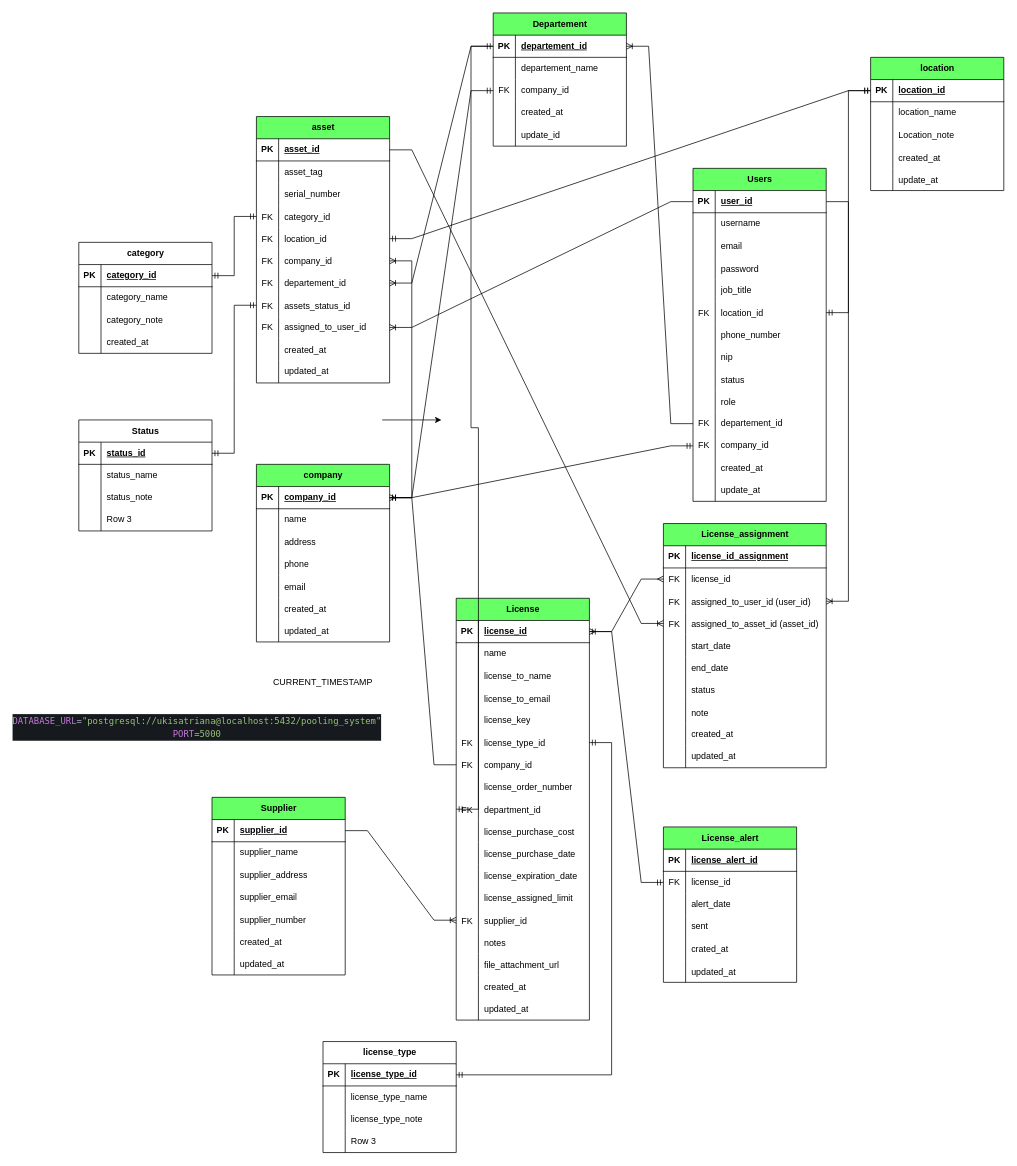
Above: pooling.drawio in ukisatriana/Flow-serv (draw.io), before the change. Source tidied: cells renumbered, new cells numbered last; positions are measured from the earlier drawing's top-left corner, leaving out a move shared by most shapes. Both pictures are drawn from the tidied source at 74%, with x=0, y=0 at pixel (78, 13).
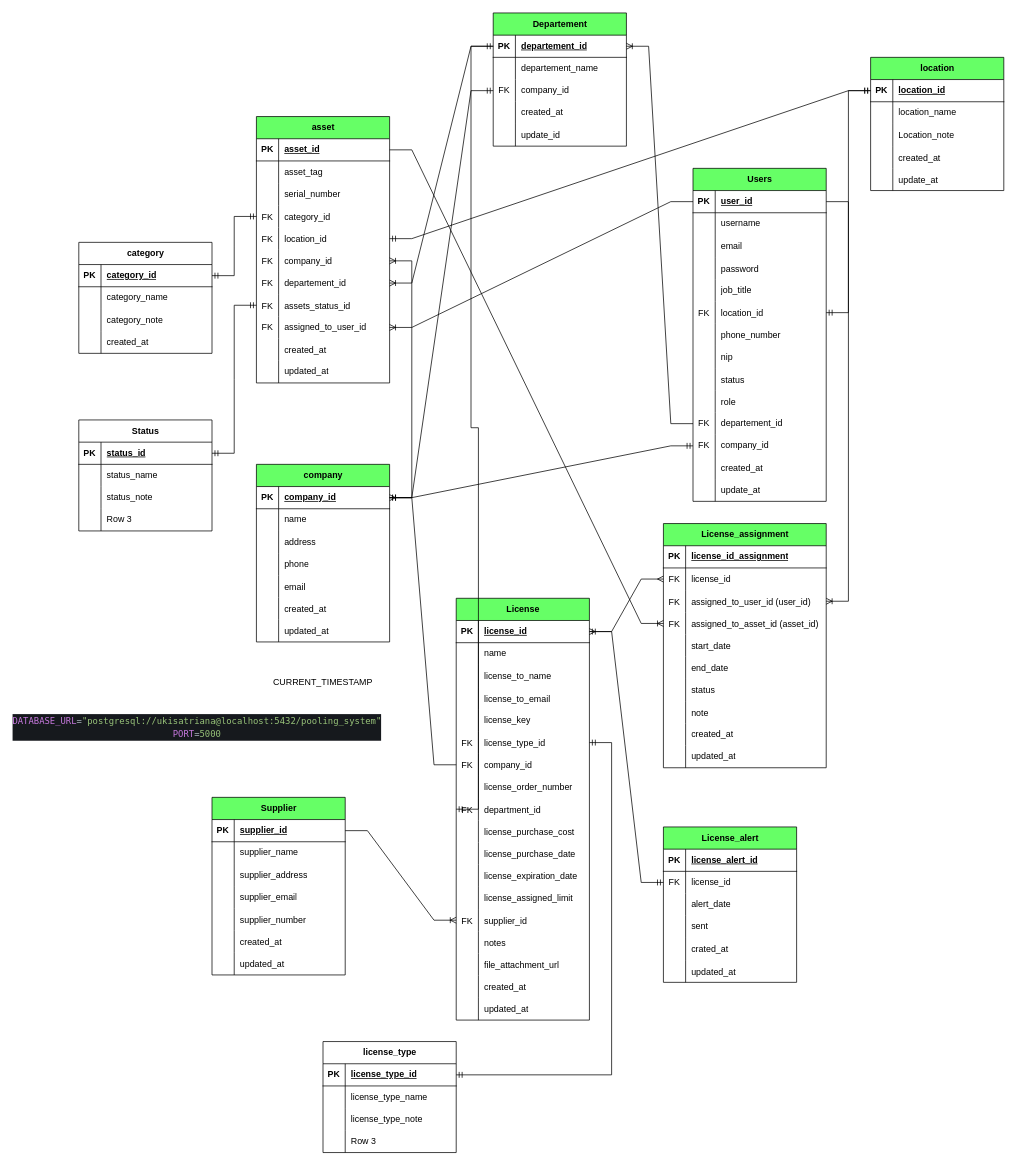
The same page after the edit.

What changed in the source:
```diff
@@
-    <mxCell id="303" style="edgeStyle=none;orthogonalLoop=1;jettySize=auto;html=1;rounded=0;" parent="1" edge="1">
-      <mxGeometry relative="1" as="geometry">
-        <mxPoint x="410" y="550" as="sourcePoint" />
-        <mxPoint x="490" y="550" as="targetPoint" />
-      </mxGeometry>
-    </mxCell>
```
